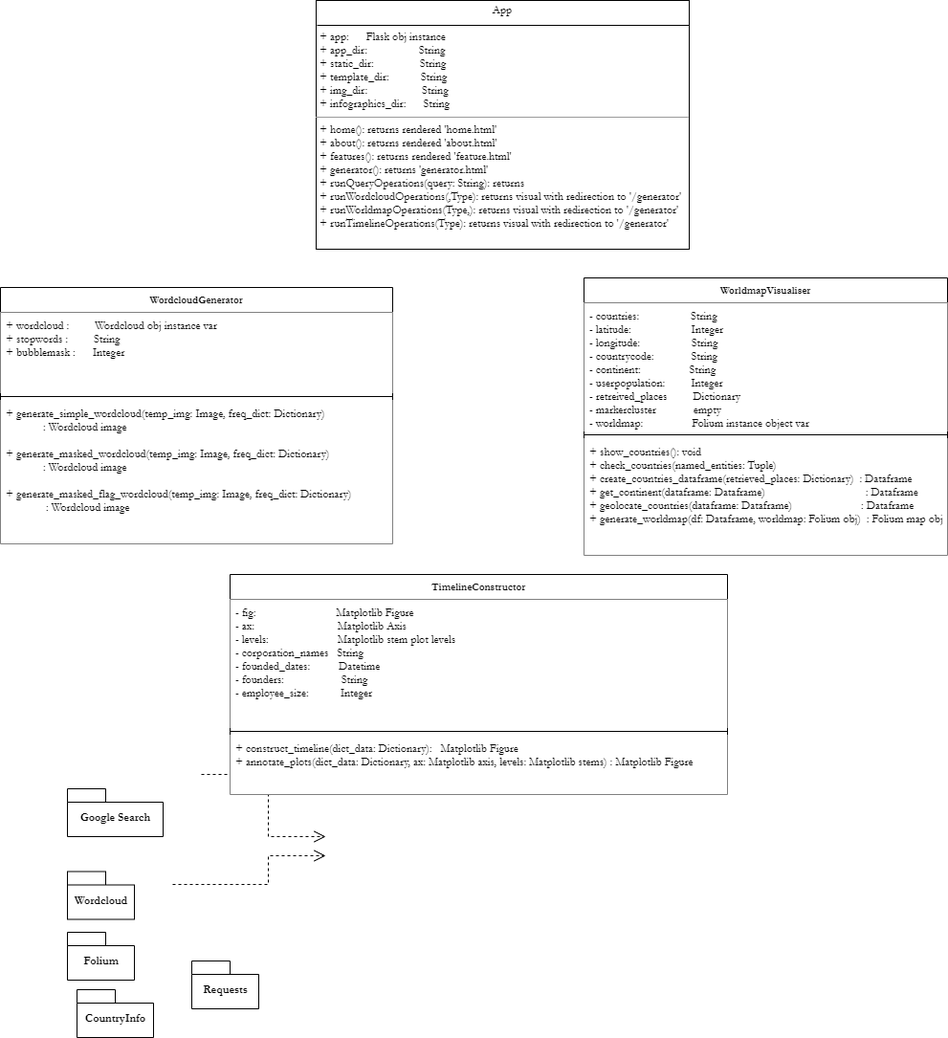
The draw.io diagram Documentation/Design/GIFT-UML-Diagram.png in John8790909/Generating-Infographics-from-Text, before a commit. Source tidied: cells renumbered, new cells last; positions are measured from the earlier drawing's top-left corner, leaving out a move shared by most shapes.
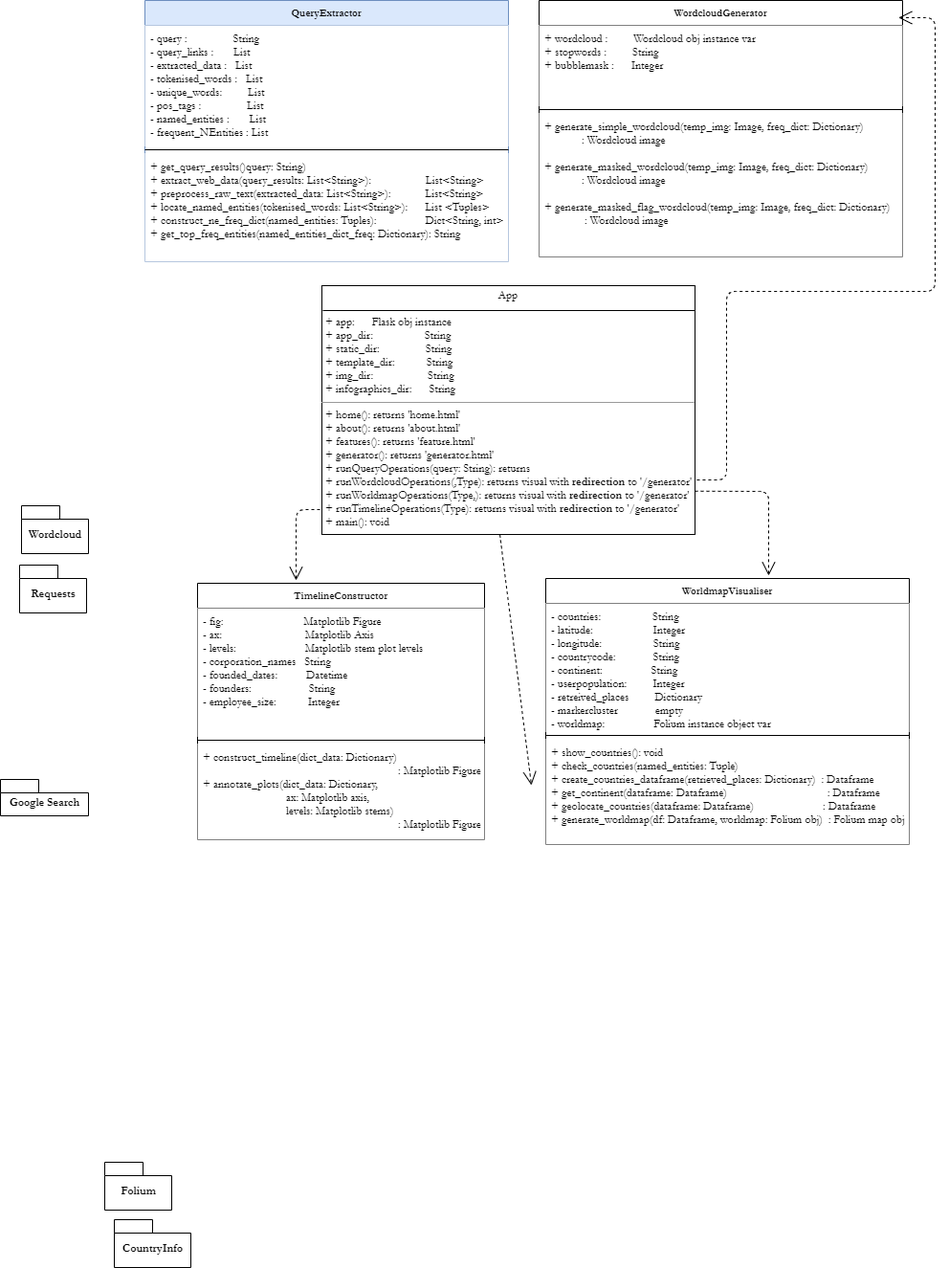
Above is the later version.

Diff of the diagram source:
```diff
@@ -2,55 +2,35 @@
   <root>
     <mxCell id="0" />
     <mxCell id="1" parent="0" />
-    <mxCell id="2" style="edgeStyle=orthogonalEdgeStyle;rounded=0;html=1;exitX=1;exitY=0.75;dashed=1;labelBackgroundColor=none;startFill=0;endArrow=open;endFill=0;endSize=10;fontFamily=Garamond;fontSize=10;" parent="1" edge="1">
-      <mxGeometry relative="1" as="geometry">
-        <mxPoint x="210" y="809" as="sourcePoint" />
-        <mxPoint x="340" y="874" as="targetPoint" />
-        <Array as="points">
-          <mxPoint x="280" y="809" />
-          <mxPoint x="280" y="874" />
-        </Array>
-      </mxGeometry>
-    </mxCell>
-    <mxCell id="3" style="edgeStyle=orthogonalEdgeStyle;rounded=0;html=1;dashed=1;labelBackgroundColor=none;startFill=0;endArrow=open;endFill=0;endSize=10;fontFamily=Garamond;fontSize=10;" parent="1" edge="1">
-      <mxGeometry relative="1" as="geometry">
-        <mxPoint x="180" y="924" as="sourcePoint" />
-        <mxPoint x="340" y="894" as="targetPoint" />
-        <Array as="points">
-          <mxPoint x="280" y="924" />
-          <mxPoint x="280" y="894" />
-        </Array>
-      </mxGeometry>
-    </mxCell>
     <mxCell id="4" value="Google Search" style="shape=folder;fontStyle=1;spacingTop=10;tabWidth=40;tabHeight=14;tabPosition=left;html=1;fontFamily=Garamond;" parent="1" vertex="1">
-      <mxGeometry x="70" y="824" width="100" height="50" as="geometry" />
+      <mxGeometry x="-116" y="573" width="92" height="38" as="geometry" />
     </mxCell>
     <mxCell id="5" value="Wordcloud" style="shape=folder;fontStyle=1;spacingTop=10;tabWidth=40;tabHeight=14;tabPosition=left;html=1;fontFamily=Garamond;" parent="1" vertex="1">
-      <mxGeometry x="70" y="910.5" width="70" height="50" as="geometry" />
+      <mxGeometry x="-94" y="287" width="70" height="50" as="geometry" />
     </mxCell>
     <mxCell id="6" value="Folium" style="shape=folder;fontStyle=1;spacingTop=10;tabWidth=40;tabHeight=14;tabPosition=left;html=1;fontFamily=Garamond;" parent="1" vertex="1">
-      <mxGeometry x="70" y="974" width="70" height="50" as="geometry" />
+      <mxGeometry x="-7" y="973" width="70" height="50" as="geometry" />
     </mxCell>
     <mxCell id="7" value="CountryInfo" style="shape=folder;fontStyle=1;spacingTop=10;tabWidth=40;tabHeight=14;tabPosition=left;html=1;fontFamily=Garamond;" parent="1" vertex="1">
-      <mxGeometry x="80" y="1034" width="80" height="50" as="geometry" />
+      <mxGeometry x="3" y="1033" width="80" height="50" as="geometry" />
     </mxCell>
     <mxCell id="8" value="Requests" style="shape=folder;fontStyle=1;spacingTop=10;tabWidth=40;tabHeight=14;tabPosition=left;html=1;fontFamily=Garamond;" parent="1" vertex="1">
-      <mxGeometry x="200" y="1004" width="70" height="50" as="geometry" />
+      <mxGeometry x="-96" y="349" width="70" height="50" as="geometry" />
     </mxCell>
     <mxCell id="9" value="WordcloudGenerator" style="swimlane;fontStyle=1;align=center;verticalAlign=top;horizontal=1;startSize=26;fontFamily=Garamond;fontSize=11;labelBackgroundColor=#FFFFFF;" parent="1" vertex="1">
-      <mxGeometry y="300" width="410" height="268" as="geometry" />
+      <mxGeometry x="447" y="-241" width="380" height="268" as="geometry" />
     </mxCell>
     <mxCell id="10" value="+ wordcloud :         Wordcloud obj instance var&#10;+ stopwords :         String&#10;+ bubblemask :      Integer" style="text;strokeColor=none;align=left;verticalAlign=top;spacingLeft=4;spacingRight=4;overflow=hidden;fontFamily=Garamond;fillColor=#ffffff;" parent="9" vertex="1">
-      <mxGeometry y="26" width="410" height="84" as="geometry" />
+      <mxGeometry y="26" width="380" height="84" as="geometry" />
     </mxCell>
     <mxCell id="11" style="line;strokeWidth=1;fillColor=none;align=left;verticalAlign=middle;spacingTop=-1;spacingLeft=3;spacingRight=3;labelPosition=right;" parent="9" vertex="1">
-      <mxGeometry y="110" width="410" height="8" as="geometry" />
+      <mxGeometry y="110" width="380" height="8" as="geometry" />
     </mxCell>
     <mxCell id="12" value="+ generate_simple_wordcloud(temp_img: Image, freq_dict: Dictionary)  &#10;             : Wordcloud image&#10;&#10;+ generate_masked_wordcloud(temp_img: Image, freq_dict: Dictionary)&#10;             : Wordcloud image&#10;&#10;+ generate_masked_flag_wordcloud(temp_img: Image, freq_dict: Dictionary)&#10;              : Wordcloud image" style="text;strokeColor=none;align=left;verticalAlign=top;spacingLeft=4;spacingRight=4;overflow=hidden;fontFamily=Garamond;fillColor=#ffffff;fontSize=12;horizontal=1;" parent="9" vertex="1">
-      <mxGeometry y="118" width="410" height="150" as="geometry" />
+      <mxGeometry y="118" width="380" height="150" as="geometry" />
     </mxCell>
     <mxCell id="13" value="WorldmapVisualiser" style="swimlane;fontStyle=1;align=center;verticalAlign=top;horizontal=1;startSize=26;labelBackgroundColor=#FFFFFF;fontFamily=Garamond;fontSize=11;fillColor=#ffffff;" parent="1" vertex="1">
-      <mxGeometry x="610" y="290" width="380" height="290" as="geometry" />
+      <mxGeometry x="454" y="363" width="380" height="278" as="geometry" />
     </mxCell>
     <mxCell id="14" value="- countries:                  String&#10;- latitude:                     Integer&#10;- longitude:                  String&#10;- countrycode:             String&#10;- continent:                 String&#10;- userpopulation:         Integer&#10;- retreived_places         Dictionary&#10;- markercluster             empty&#10;- worldmap:                 Folium instance object var" style="text;strokeColor=none;align=left;verticalAlign=top;spacingLeft=4;spacingRight=4;overflow=hidden;fontFamily=Garamond;fillColor=#ffffff;" parent="13" vertex="1">
       <mxGeometry y="26" width="380" height="134" as="geometry" />
@@ -59,24 +39,24 @@
       <mxGeometry y="160" width="380" height="8" as="geometry" />
     </mxCell>
     <mxCell id="16" value="+ show_countries(): void&#10;+ check_countries(named_entities: Tuple)&#10;+ create_countries_dataframe(retrieved_places: Dictionary)  : Dataframe&#10;+ get_continent(dataframe: Dataframe)                                   : Dataframe&#10;+ geolocate_countries(dataframe: Dataframe)                        : Dataframe&#10;+ generate_worldmap(df: Dataframe, worldmap: Folium obj)  : Folium map obj" style="text;strokeColor=none;align=left;verticalAlign=top;spacingLeft=4;spacingRight=4;overflow=hidden;fontFamily=Garamond;fillColor=#ffffff;" parent="13" vertex="1">
-      <mxGeometry y="168" width="380" height="122" as="geometry" />
+      <mxGeometry y="168" width="380" height="110" as="geometry" />
     </mxCell>
     <mxCell id="17" value="TimelineConstructor" style="swimlane;fontStyle=1;align=center;verticalAlign=top;horizontal=1;startSize=26;labelBackgroundColor=#FFFFFF;fontFamily=Garamond;fontSize=11;fillColor=#ffffff;" parent="1" vertex="1">
-      <mxGeometry x="240" y="600" width="520" height="230" as="geometry" />
+      <mxGeometry x="90" y="368" width="300" height="268" as="geometry" />
     </mxCell>
     <mxCell id="18" value="- fig:                            Matplotlib Figure&#10;- ax:                             Matplotlib Axis&#10;- levels:                        Matplotlib stem plot levels&#10;- corporation_names   String&#10;- founded_dates:          Datetime&#10;- founders:                    String&#10;- employee_size:           Integer&#10;" style="text;strokeColor=none;align=left;verticalAlign=top;spacingLeft=4;spacingRight=4;overflow=hidden;fontFamily=Garamond;fillColor=#ffffff;" parent="17" vertex="1">
-      <mxGeometry y="26" width="520" height="134" as="geometry" />
+      <mxGeometry y="26" width="300" height="134" as="geometry" />
     </mxCell>
     <mxCell id="19" style="line;strokeWidth=1;fillColor=none;align=left;verticalAlign=middle;spacingTop=-1;spacingLeft=3;spacingRight=3;labelPosition=right;" parent="17" vertex="1">
-      <mxGeometry y="160" width="520" height="8" as="geometry" />
+      <mxGeometry y="160" width="300" height="8" as="geometry" />
     </mxCell>
-    <mxCell id="20" value="+ construct_timeline(dict_data: Dictionary):   Matplotlib Figure&#10;+ annotate_plots(dict_data: Dictionary, ax: Matplotlib axis, levels: Matplotlib stems) : Matplotlib Figure" style="text;strokeColor=none;align=left;verticalAlign=top;spacingLeft=4;spacingRight=4;overflow=hidden;fontFamily=Garamond;fillColor=#ffffff;" parent="17" vertex="1">
-      <mxGeometry y="168" width="520" height="62" as="geometry" />
+    <mxCell id="20" value="+ construct_timeline(dict_data: Dictionary)&#10;                                                                    : Matplotlib Figure&#10;+ annotate_plots(dict_data: Dictionary, &#10;                             ax: Matplotlib axis, &#10;                             levels: Matplotlib stems) &#10;                                                                    : Matplotlib Figure" style="text;strokeColor=none;align=left;verticalAlign=top;spacingLeft=4;spacingRight=4;overflow=hidden;fontFamily=Garamond;fillColor=#ffffff;" parent="17" vertex="1">
+      <mxGeometry y="168" width="300" height="100" as="geometry" />
     </mxCell>
     <mxCell id="21" style="group;" parent="1" vertex="1">
-      <mxGeometry x="330" width="390" height="260" as="geometry" />
+      <mxGeometry x="220" y="57" width="390" height="260" as="geometry" />
     </mxCell>
-    <mxCell id="22" value="&lt;p style=&quot;margin: 0px ; margin-top: 4px ; text-align: center&quot;&gt;App&lt;br&gt;&lt;/p&gt;&lt;p style=&quot;margin: 0px ; margin-left: 4px&quot;&gt;&lt;br&gt;&lt;/p&gt;&lt;p style=&quot;margin: 0px ; margin-left: 4px&quot;&gt;+ app:&amp;nbsp; &amp;nbsp; &amp;nbsp; Flask obj instance&lt;br&gt;+ app_dir:&amp;nbsp; &amp;nbsp; &amp;nbsp; &amp;nbsp; &amp;nbsp; &amp;nbsp; &amp;nbsp; &amp;nbsp; &amp;nbsp; String&lt;/p&gt;&lt;p style=&quot;margin: 0px ; margin-left: 4px&quot;&gt;+ static_dir:&amp;nbsp; &amp;nbsp; &amp;nbsp; &amp;nbsp; &amp;nbsp; &amp;nbsp; &amp;nbsp; &amp;nbsp; String&lt;/p&gt;&lt;p style=&quot;margin: 0px ; margin-left: 4px&quot;&gt;+ template_dir:&amp;nbsp; &amp;nbsp; &amp;nbsp; &amp;nbsp; &amp;nbsp; &amp;nbsp;String&lt;/p&gt;&lt;p style=&quot;margin: 0px ; margin-left: 4px&quot;&gt;+ img_dir:&amp;nbsp; &amp;nbsp; &amp;nbsp; &amp;nbsp; &amp;nbsp; &amp;nbsp; &amp;nbsp; &amp;nbsp; &amp;nbsp; &amp;nbsp;String&lt;/p&gt;&lt;p style=&quot;margin: 0px ; margin-left: 4px&quot;&gt;+ infographics_dir:&amp;nbsp; &amp;nbsp; &amp;nbsp; String&lt;/p&gt;&lt;hr size=&quot;1&quot;&gt;&lt;p style=&quot;margin: 0px ; margin-left: 4px&quot;&gt;+ home(): returns rendered 'home.html'&lt;/p&gt;&lt;p style=&quot;margin: 0px ; margin-left: 4px&quot;&gt;+ about(): returns rendered 'about.html'&lt;/p&gt;&lt;p style=&quot;margin: 0px ; margin-left: 4px&quot;&gt;+ features(): returns rendered 'feature.html'&lt;/p&gt;&lt;p style=&quot;margin: 0px ; margin-left: 4px&quot;&gt;+ generator(): returns 'generator.html'&lt;/p&gt;&lt;p style=&quot;margin: 0px ; margin-left: 4px&quot;&gt;+ runQueryOperations(query: String): returns&lt;br&gt;+ runWordcloudOperations(,Type): returns visual with redirection to '/generator'&lt;/p&gt;&lt;p style=&quot;margin: 0px ; margin-left: 4px&quot;&gt;+ runWorldmapOperations(Type,): returns visual with redirection to '/generator'&lt;/p&gt;&lt;p style=&quot;margin: 0px ; margin-left: 4px&quot;&gt;+ runTimelineOperations(Type): returns visual with redirection to '/generator'&lt;/p&gt;" style="verticalAlign=top;align=left;overflow=fill;fontSize=12;fontFamily=Garamond;html=1;rounded=0;shadow=0;comic=0;labelBackgroundColor=none;strokeWidth=1;" parent="21" vertex="1">
+    <mxCell id="22" value="&lt;p style=&quot;margin: 0px ; margin-top: 4px ; text-align: center&quot;&gt;App&lt;br&gt;&lt;/p&gt;&lt;p style=&quot;margin: 0px ; margin-left: 4px&quot;&gt;&lt;br&gt;&lt;/p&gt;&lt;p style=&quot;margin: 0px ; margin-left: 4px&quot;&gt;+ app:&amp;nbsp; &amp;nbsp; &amp;nbsp; Flask obj instance&lt;br&gt;+ app_dir:&amp;nbsp; &amp;nbsp; &amp;nbsp; &amp;nbsp; &amp;nbsp; &amp;nbsp; &amp;nbsp; &amp;nbsp; &amp;nbsp; String&lt;/p&gt;&lt;p style=&quot;margin: 0px ; margin-left: 4px&quot;&gt;+ static_dir:&amp;nbsp; &amp;nbsp; &amp;nbsp; &amp;nbsp; &amp;nbsp; &amp;nbsp; &amp;nbsp; &amp;nbsp; String&lt;/p&gt;&lt;p style=&quot;margin: 0px ; margin-left: 4px&quot;&gt;+ template_dir:&amp;nbsp; &amp;nbsp; &amp;nbsp; &amp;nbsp; &amp;nbsp; &amp;nbsp;String&lt;/p&gt;&lt;p style=&quot;margin: 0px ; margin-left: 4px&quot;&gt;+ img_dir:&amp;nbsp; &amp;nbsp; &amp;nbsp; &amp;nbsp; &amp;nbsp; &amp;nbsp; &amp;nbsp; &amp;nbsp; &amp;nbsp; &amp;nbsp;String&lt;/p&gt;&lt;p style=&quot;margin: 0px ; margin-left: 4px&quot;&gt;+ infographics_dir:&amp;nbsp; &amp;nbsp; &amp;nbsp; String&lt;/p&gt;&lt;hr size=&quot;1&quot;&gt;&lt;p style=&quot;margin: 0px ; margin-left: 4px&quot;&gt;+ home(): returns 'home.html'&lt;/p&gt;&lt;p style=&quot;margin: 0px ; margin-left: 4px&quot;&gt;+ about(): returns 'about.html'&lt;/p&gt;&lt;p style=&quot;margin: 0px ; margin-left: 4px&quot;&gt;+ features(): returns 'feature.html'&lt;/p&gt;&lt;p style=&quot;margin: 0px ; margin-left: 4px&quot;&gt;+ generator(): returns 'generator.html'&lt;/p&gt;&lt;p style=&quot;margin: 0px ; margin-left: 4px&quot;&gt;+ runQueryOperations(query: String): returns&lt;br&gt;+ runWordcloudOperations(,Type): returns visual with &lt;b&gt;redirection &lt;/b&gt;to '/generator'&lt;/p&gt;&lt;p style=&quot;margin: 0px ; margin-left: 4px&quot;&gt;+ runWorldmapOperations(Type,): returns visual with &lt;b&gt;redirection &lt;/b&gt;to '/generator'&lt;/p&gt;&lt;p style=&quot;margin: 0px ; margin-left: 4px&quot;&gt;+ runTimelineOperations(Type): returns visual with &lt;b&gt;redirection &lt;/b&gt;to '/generator'&lt;/p&gt;&lt;p style=&quot;margin: 0px ; margin-left: 4px&quot;&gt;+ main(): void&lt;/p&gt;" style="verticalAlign=top;align=left;overflow=fill;fontSize=12;fontFamily=Garamond;html=1;rounded=0;shadow=0;comic=0;labelBackgroundColor=none;strokeWidth=1;" parent="21" vertex="1">
       <mxGeometry width="390" height="260" as="geometry" />
     </mxCell>
     <mxCell id="23" style="endArrow=none;html=1;fontFamily=Garamond;" parent="21" edge="1">
@@ -85,5 +65,49 @@
         <mxPoint x="390" y="26" as="targetPoint" />
       </mxGeometry>
     </mxCell>
+    <mxCell id="24" style="endArrow=open;dashed=1;endFill=0;endSize=12;html=1;fontFamily=Garamond;fontSize=12;" parent="1" edge="1">
+      <mxGeometry relative="1" as="geometry">
+        <mxPoint x="218" y="291" as="sourcePoint" />
+        <mxPoint x="193" y="365" as="targetPoint" />
+        <Array as="points">
+          <mxPoint x="193" y="291" />
+        </Array>
+      </mxGeometry>
+    </mxCell>
+    <mxCell id="25" style="endArrow=open;dashed=1;endFill=0;endSize=12;html=1;fontFamily=Garamond;fontSize=12;exitX=1;exitY=0.826;exitDx=0;exitDy=0;exitPerimeter=0;" parent="1" edge="1" source="22">
+      <mxGeometry relative="1" as="geometry">
+        <mxPoint x="687" y="360" as="targetPoint" />
+        <Array as="points">
+          <mxPoint x="687" y="272" />
+        </Array>
+      </mxGeometry>
+    </mxCell>
+    <mxCell id="26" style="endArrow=open;dashed=1;endFill=0;endSize=12;html=1;fontFamily=Garamond;fontSize=12;exitX=0.477;exitY=1;exitDx=0;exitDy=0;exitPerimeter=0;" parent="1" edge="1" source="22">
+      <mxGeometry relative="1" as="geometry">
+        <mxPoint x="439" y="579" as="targetPoint" />
+      </mxGeometry>
+    </mxCell>
+    <mxCell id="27" style="endArrow=open;dashed=1;endFill=0;endSize=12;html=1;fontFamily=Garamond;fontSize=12;exitX=1.005;exitY=0.781;exitDx=0;exitDy=0;exitPerimeter=0;entryX=0.989;entryY=0.067;entryDx=0;entryDy=0;entryPerimeter=0;" parent="1" edge="1" source="22" target="9">
+      <mxGeometry relative="1" as="geometry">
+        <Array as="points">
+          <mxPoint x="643" y="260" />
+          <mxPoint x="643" y="63" />
+          <mxPoint x="861" y="63" />
+          <mxPoint x="861" y="-223" />
+        </Array>
+      </mxGeometry>
+    </mxCell>
+    <mxCell id="28" value="QueryExtractor" style="swimlane;fontStyle=1;align=center;verticalAlign=top;horizontal=1;startSize=26;fontFamily=Garamond;fontSize=11;labelBackgroundColor=none;fillColor=#dae8fc;strokeColor=#6c8ebf;" parent="1" vertex="1">
+      <mxGeometry x="35" y="-241" width="380" height="273" as="geometry" />
+    </mxCell>
+    <mxCell id="29" value="- query :                String&#10;- query_links :       List&#10;- extracted_data :   List&#10;- tokenised_words :   List&#10;- unique_words:         List&#10;- pos_tags :                List&#10;- named_entities :       List&#10;- frequent_NEntities : List&#10;" style="text;strokeColor=none;align=left;verticalAlign=top;spacingLeft=4;spacingRight=4;overflow=hidden;fontFamily=Garamond;fillColor=#ffffff;" parent="28" vertex="1">
+      <mxGeometry y="26" width="380" height="126" as="geometry" />
+    </mxCell>
+    <mxCell id="30" style="line;strokeWidth=1;fillColor=none;align=left;verticalAlign=middle;spacingTop=-1;spacingLeft=3;spacingRight=3;labelPosition=right;" parent="28" vertex="1">
+      <mxGeometry y="152" width="380" height="8" as="geometry" />
+    </mxCell>
+    <mxCell id="31" value="+ get_query_results()query: String)&#10;+ extract_web_data(query_results: List&lt;String&gt;):                   List&lt;String&gt;&#10;+ preprocess_raw_text(extracted_data: List&lt;String&gt;):            List&lt;String&gt;&#10;+ locate_named_entities(tokenised_words: List&lt;String&gt;):      List &lt;Tuples&gt;&#10;+ construct_ne_freq_dict(named_entities: Tuples):                 Dict&lt;String, int&gt;&#10;+ get_top_freq_entities(named_entities_dict_freq: Dictionary): String&#10;" style="text;strokeColor=none;align=left;verticalAlign=top;spacingLeft=4;spacingRight=4;overflow=hidden;fontFamily=Garamond;fillColor=#ffffff;fontSize=12;horizontal=1;" parent="28" vertex="1">
+      <mxGeometry y="160" width="380" height="113" as="geometry" />
+    </mxCell>
   </root>
 </mxGraphModel>
```
